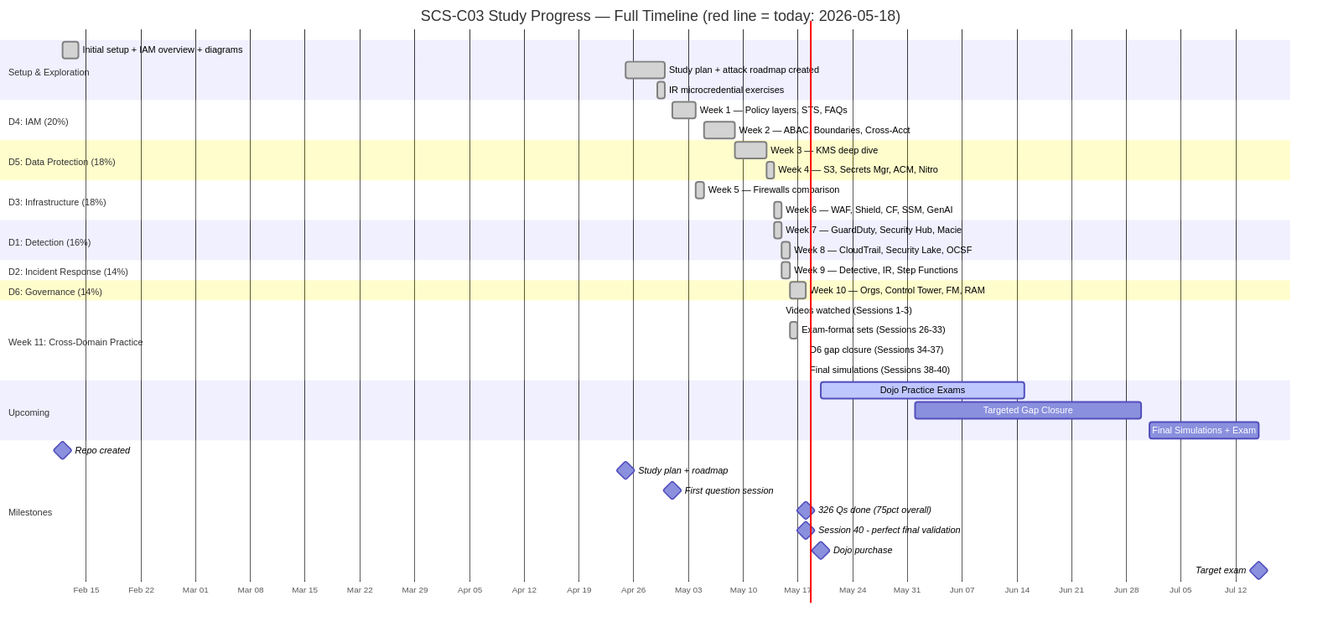
Above: diagrams/study-progress-gantt.png in kiquetal/aws-security-speciality-2026 (Mermaid), before the change. Its source is kept beside it as diagrams/study-progress-gantt.mmd.
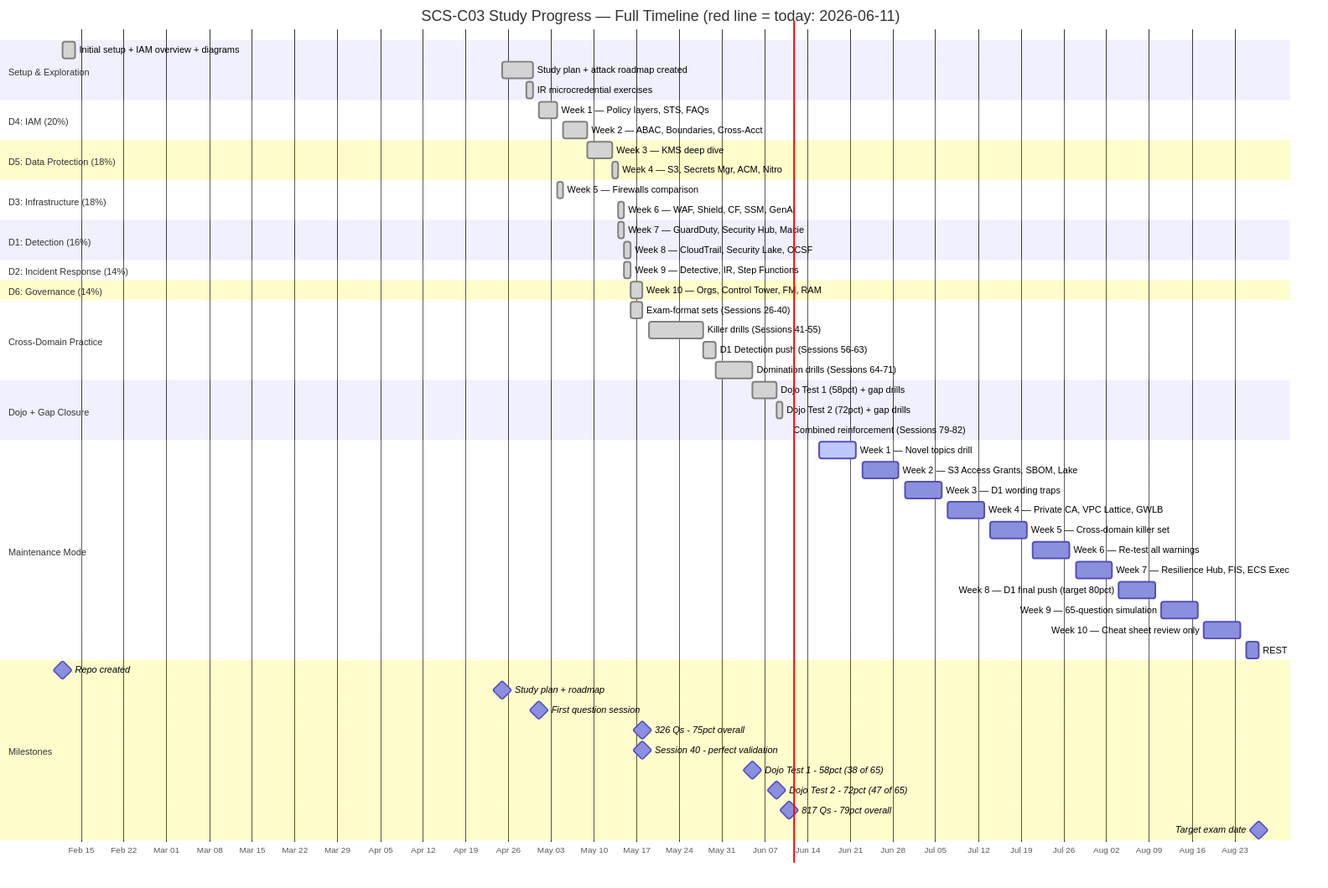
Above is the later version.

Commit message:
gantt: update to Jun 11 - 817 Qs, Dojo scores, maintenance mode timeline

Change to the diagram source:
```diff
@@ -1,5 +1,5 @@
 gantt
-    title SCS-C03 Study Progress — Full Timeline (red line = today: 2026-05-18)
+    title SCS-C03 Study Progress — Full Timeline (red line = today: 2026-06-11)
     dateFormat YYYY-MM-DD
     axisFormat %b %d
     tickInterval 1week
@@ -31,22 +31,37 @@
     section D6: Governance (14%)
     Week 10 — Orgs, Control Tower, FM, RAM   :done, w10, 2026-05-16, 2026-05-18
 
-    section Week 11: Cross-Domain Practice
-    Videos watched (Sessions 1-3)            :done, vid, 2026-05-15, 2026-05-15
-    Exam-format sets (Sessions 26-33)        :done, w11a, 2026-05-16, 2026-05-17
-    D6 gap closure (Sessions 34-37)          :done, w11b, 2026-05-18, 2026-05-18
-    Final simulations (Sessions 38-40)       :done, w11c, 2026-05-18, 2026-05-18
+    section Cross-Domain Practice
+    Exam-format sets (Sessions 26-40)        :done, w11a, 2026-05-16, 2026-05-18
+    Killer drills (Sessions 41-55)           :done, w11b, 2026-05-19, 2026-05-28
+    D1 Detection push (Sessions 56-63)       :done, w11c, 2026-05-28, 2026-05-30
+    Domination drills (Sessions 64-71)       :done, w11d, 2026-05-30, 2026-06-05
 
-    section Upcoming
-    Dojo Practice Exams                      :active, dojo, 2026-05-20, 2026-06-15
-    Targeted Gap Closure                     :gaps, 2026-06-01, 2026-06-30
-    Final Simulations + Exam                 :exam, 2026-07-01, 2026-07-15
+    section Dojo + Gap Closure
+    Dojo Test 1 (58pct) + gap drills         :done, dojo1, 2026-06-05, 2026-06-09
+    Dojo Test 2 (72pct) + gap drills         :done, dojo2, 2026-06-09, 2026-06-10
+    Combined reinforcement (Sessions 79-82)  :done, reinf, 2026-06-11, 2026-06-11
+
+    section Maintenance Mode
+    Week 1 — Novel topics drill              :active, mw1, 2026-06-16, 2026-06-22
+    Week 2 — S3 Access Grants, SBOM, Lake    :mw2, 2026-06-23, 2026-06-29
+    Week 3 — D1 wording traps                :mw3, 2026-06-30, 2026-07-06
+    Week 4 — Private CA, VPC Lattice, GWLB   :mw4, 2026-07-07, 2026-07-13
+    Week 5 — Cross-domain killer set         :mw5, 2026-07-14, 2026-07-20
+    Week 6 — Re-test all warnings            :mw6, 2026-07-21, 2026-07-27
+    Week 7 — Resilience Hub, FIS, ECS Exec   :mw7, 2026-07-28, 2026-08-03
+    Week 8 — D1 final push (target 80pct)    :mw8, 2026-08-04, 2026-08-10
+    Week 9 — 65-question simulation          :mw9, 2026-08-11, 2026-08-17
+    Week 10 — Cheat sheet review only        :mw10, 2026-08-18, 2026-08-24
+    REST                                     :mw11, 2026-08-25, 2026-08-27
 
     section Milestones
     Repo created                             :milestone, m0, 2026-02-12, 0d
     Study plan + roadmap                     :milestone, m1, 2026-04-25, 0d
     First question session                   :milestone, m2, 2026-05-01, 0d
-    326 Qs done (75pct overall)              :milestone, m3, 2026-05-18, 0d
-    Session 40 - perfect final validation    :milestone, m4, 2026-05-18, 0d
-    Dojo purchase                            :milestone, m5, 2026-05-20, 0d
-    Target exam                              :milestone, m6, 2026-07-15, 0d
+    326 Qs - 75pct overall                   :milestone, m3, 2026-05-18, 0d
+    Session 40 - perfect validation          :milestone, m4, 2026-05-18, 0d
+    Dojo Test 1 - 58pct (38 of 65)           :milestone, m5, 2026-06-05, 0d
+    Dojo Test 2 - 72pct (47 of 65)           :milestone, m6, 2026-06-09, 0d
+    817 Qs - 79pct overall                   :milestone, m7, 2026-06-11, 0d
+    Target exam date                         :milestone, m8, 2026-08-27, 0d
```
